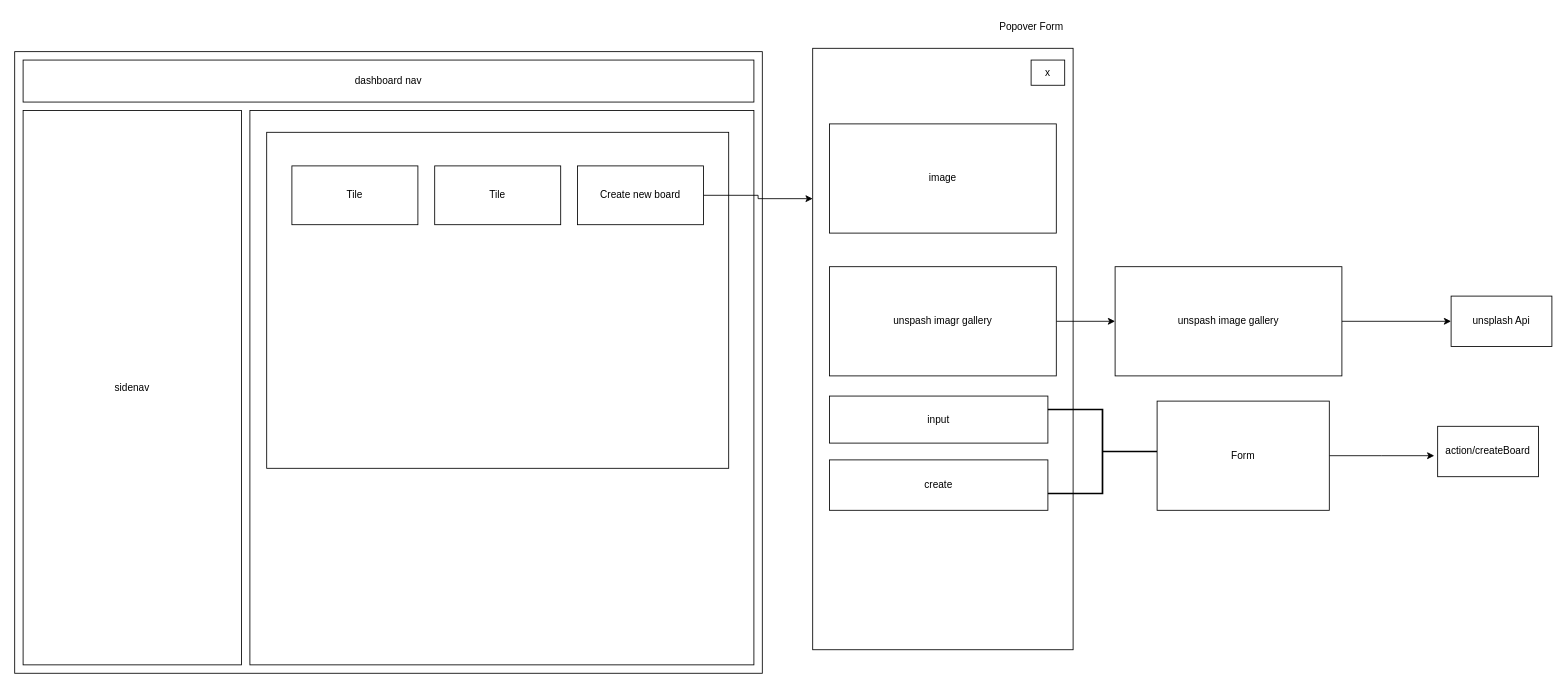
Earlier version of the draw.io diagram page "Boards Page" (2 of 3) of public/Untitled Diagram.drawio (eric-nichols-nyc/trellnode). Source tidied: cells renumbered, new cells numbered last; positions are measured from the earlier drawing's top-left corner, leaving out a move shared by most shapes. Both pictures are drawn from the tidied source at 84%, with x=0, y=0 at pixel (14, 14).
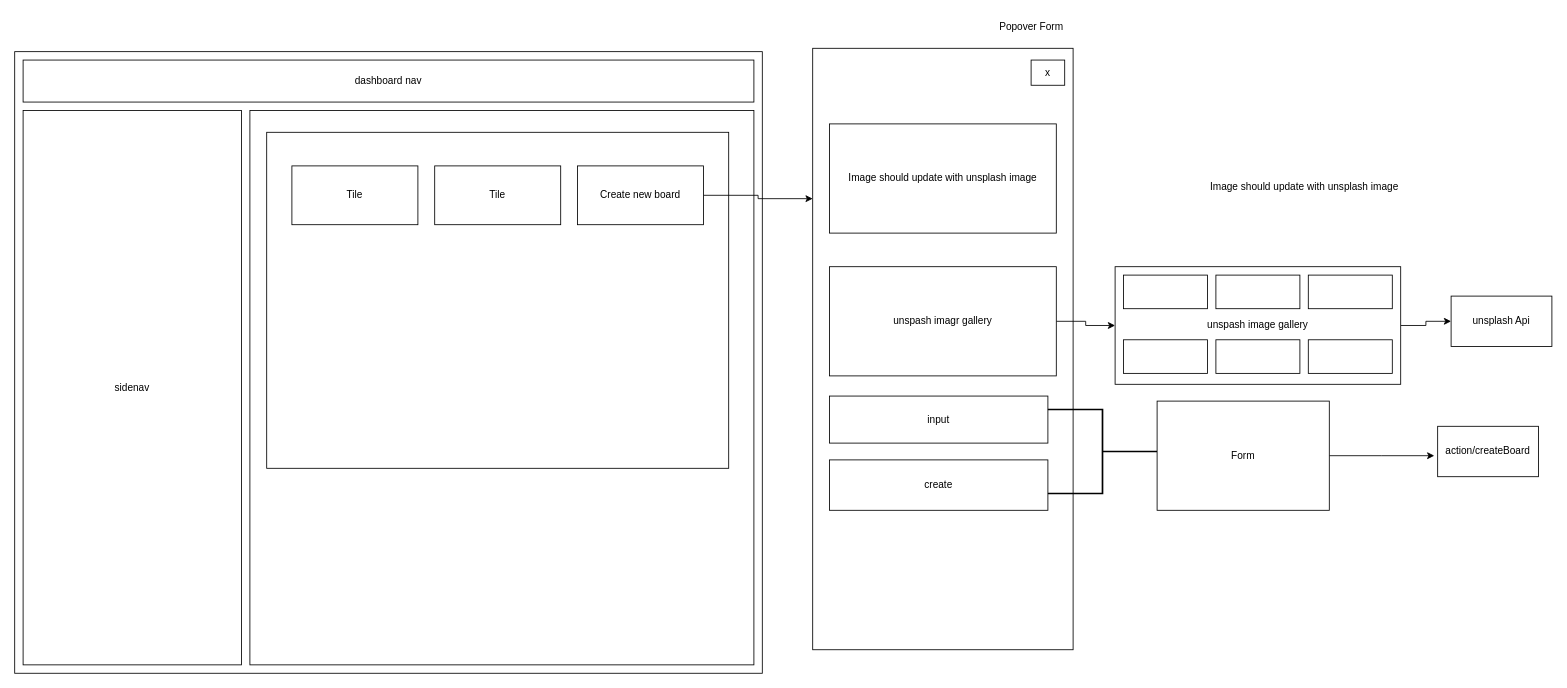
Above is the later version.

What changed in the source:
```diff
@@
-    <mxCell id="7" value="image" style="rounded=0;whiteSpace=wrap;html=1;" parent="1" vertex="1">
+    <mxCell id="7" value="Image should update with unsplash image" style="rounded=0;whiteSpace=wrap;html=1;" parent="1" vertex="1">
       <mxGeometry x="970" y="130" width="270" height="130" as="geometry" />
     </mxCell>
@@
     <mxCell id="14" value="unspash image gallery" style="rounded=0;whiteSpace=wrap;html=1;" parent="1" vertex="1">
-      <mxGeometry x="1310" y="300" width="270" height="130" as="geometry" />
+      <mxGeometry x="1310" y="300" width="340" height="140" as="geometry" />
     </mxCell>
@@
+    <mxCell id="26" value="Image should update with unsplash image" style="text;html=1;align=center;verticalAlign=middle;strokeColor=none;fillColor=none;" parent="1" vertex="1">
+      <mxGeometry x="1410" y="190" width="250" height="30" as="geometry" />
+    </mxCell>
+    <mxCell id="27" style="rounded=0;whiteSpace=wrap;html=1;" parent="1" vertex="1">
+      <mxGeometry x="1320" y="310" width="100" height="40" as="geometry" />
+    </mxCell>
+    <mxCell id="28" style="rounded=0;whiteSpace=wrap;html=1;" parent="1" vertex="1">
+      <mxGeometry x="1430" y="310" width="100" height="40" as="geometry" />
+    </mxCell>
+    <mxCell id="29" style="rounded=0;whiteSpace=wrap;html=1;" parent="1" vertex="1">
+      <mxGeometry x="1540" y="310" width="100" height="40" as="geometry" />
+    </mxCell>
+    <mxCell id="30" style="rounded=0;whiteSpace=wrap;html=1;" parent="1" vertex="1">
+      <mxGeometry x="1540" y="387" width="100" height="40" as="geometry" />
+    </mxCell>
+    <mxCell id="31" style="rounded=0;whiteSpace=wrap;html=1;" parent="1" vertex="1">
+      <mxGeometry x="1430" y="387" width="100" height="40" as="geometry" />
+    </mxCell>
+    <mxCell id="32" style="rounded=0;whiteSpace=wrap;html=1;" parent="1" vertex="1">
+      <mxGeometry x="1320" y="387" width="100" height="40" as="geometry" />
+    </mxCell>
```
